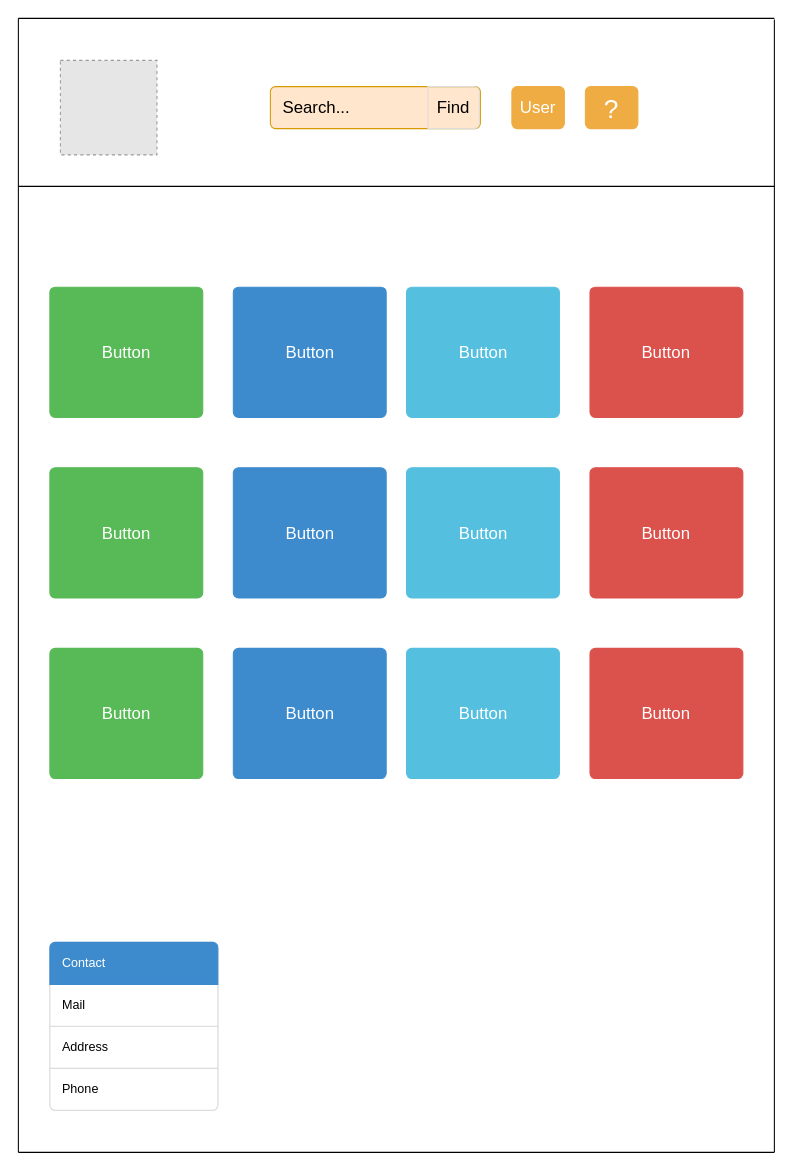
The draw.io diagram DOC/Maquette.drawio in CPNV-INFO/ICT-306-TheFuture, before the edit. Source tidied: cells renumbered, new cells numbered last; positions are measured from the earlier drawing's top-left corner, leaving out a move shared by most shapes. Both pictures are drawn from the tidied source at 105%, with x=0, y=0 at pixel (18, 18). Pictures stored in the file or linked from it are replaced by grey dashed boxes.
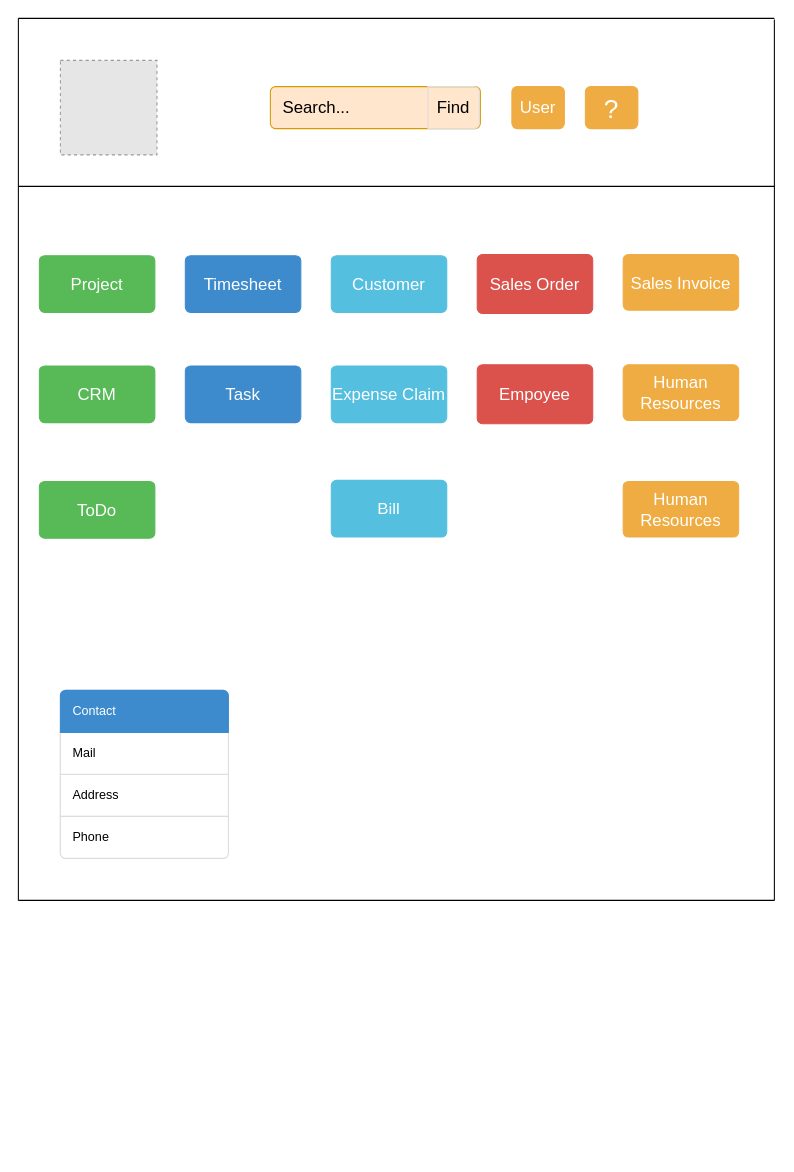
The same diagram, later.

What changed in the source:
```diff
@@
     <mxCell id="2" style="endArrow=none;html=1;" parent="1" edge="1">
       <mxGeometry relative="1" as="geometry">
-        <mxPoint x="720" y="1080" as="sourcePoint" />
+        <mxPoint x="720" y="840" as="sourcePoint" />
         <mxPoint x="720" y="1" as="targetPoint" />
       </mxGeometry>
     </mxCell>
     <mxCell id="3" style="endArrow=none;html=1;" parent="1" edge="1">
       <mxGeometry relative="1" as="geometry">
-        <mxPoint x="720" y="1080" as="sourcePoint" />
-        <mxPoint y="1080" as="targetPoint" />
+        <mxPoint x="720" y="840" as="sourcePoint" />
+        <mxPoint y="840" as="targetPoint" />
       </mxGeometry>
     </mxCell>
@@
     <mxCell id="5" style="endArrow=none;html=1;" parent="1" edge="1">
       <mxGeometry relative="1" as="geometry">
-        <mxPoint y="1080" as="sourcePoint" />
+        <mxPoint y="840" as="sourcePoint" />
         <mxPoint as="targetPoint" />
       </mxGeometry>
     </mxCell>
@@
-    <mxCell id="12" style="group;" parent="1" vertex="1">
-      <mxGeometry x="30" y="256" width="660" height="124" as="geometry" />
-    </mxCell>
-    <mxCell id="13" value="Button" style="html=1;shadow=0;dashed=0;shape=mxgraph.bootstrap.rrect;rSize=5;fillColor=#58B957;align=center;strokeColor=#58B957;fontColor=#ffffff;fontSize=16;whiteSpace=wrap;" parent="12" vertex="1">
-      <mxGeometry width="145.6" height="124" as="geometry" />
-    </mxCell>
-    <mxCell id="14" value="Button" style="html=1;shadow=0;dashed=0;shape=mxgraph.bootstrap.rrect;rSize=5;fillColor=#DB524C;align=center;strokeColor=#DB524C;fontColor=#ffffff;fontSize=16;whiteSpace=wrap;" parent="12" vertex="1">
-      <mxGeometry x="514.4" width="145.6" height="124" as="geometry" />
-    </mxCell>
-    <mxCell id="15" value="Button" style="html=1;shadow=0;dashed=0;shape=mxgraph.bootstrap.rrect;rSize=5;fillColor=#55BFE0;align=center;strokeColor=#55BFE0;fontColor=#ffffff;fontSize=16;whiteSpace=wrap;" parent="12" vertex="1">
-      <mxGeometry x="339.7" width="145.6" height="124" as="geometry" />
-    </mxCell>
-    <mxCell id="16" value="Button" style="html=1;shadow=0;dashed=0;shape=mxgraph.bootstrap.rrect;rSize=5;fillColor=#3D8BCD;align=center;strokeColor=#3D8BCD;fontColor=#ffffff;fontSize=16;whiteSpace=wrap;" parent="12" vertex="1">
-      <mxGeometry x="174.7" width="145.6" height="124" as="geometry" />
-    </mxCell>
-    <mxCell id="17" style="group;" parent="1" vertex="1">
-      <mxGeometry x="30" y="600" width="660" height="124" as="geometry" />
-    </mxCell>
-    <mxCell id="18" value="Button" style="html=1;shadow=0;dashed=0;shape=mxgraph.bootstrap.rrect;rSize=5;fillColor=#58B957;align=center;strokeColor=#58B957;fontColor=#ffffff;fontSize=16;whiteSpace=wrap;" parent="17" vertex="1">
-      <mxGeometry width="145.6" height="124" as="geometry" />
-    </mxCell>
-    <mxCell id="19" value="Button" style="html=1;shadow=0;dashed=0;shape=mxgraph.bootstrap.rrect;rSize=5;fillColor=#DB524C;align=center;strokeColor=#DB524C;fontColor=#ffffff;fontSize=16;whiteSpace=wrap;" parent="17" vertex="1">
-      <mxGeometry x="514.4" width="145.6" height="124" as="geometry" />
-    </mxCell>
-    <mxCell id="20" value="Button" style="html=1;shadow=0;dashed=0;shape=mxgraph.bootstrap.rrect;rSize=5;fillColor=#55BFE0;align=center;strokeColor=#55BFE0;fontColor=#ffffff;fontSize=16;whiteSpace=wrap;" parent="17" vertex="1">
-      <mxGeometry x="339.7" width="145.6" height="124" as="geometry" />
-    </mxCell>
-    <mxCell id="21" value="Button" style="html=1;shadow=0;dashed=0;shape=mxgraph.bootstrap.rrect;rSize=5;fillColor=#3D8BCD;align=center;strokeColor=#3D8BCD;fontColor=#ffffff;fontSize=16;whiteSpace=wrap;" parent="17" vertex="1">
-      <mxGeometry x="174.7" width="145.6" height="124" as="geometry" />
-    </mxCell>
-    <mxCell id="22" style="group;" parent="1" vertex="1">
-      <mxGeometry x="30" y="428" width="660" height="124" as="geometry" />
-    </mxCell>
-    <mxCell id="23" value="Button" style="html=1;shadow=0;dashed=0;shape=mxgraph.bootstrap.rrect;rSize=5;fillColor=#58B957;align=center;strokeColor=#58B957;fontColor=#ffffff;fontSize=16;whiteSpace=wrap;" parent="22" vertex="1">
-      <mxGeometry width="145.6" height="124" as="geometry" />
-    </mxCell>
-    <mxCell id="24" value="Button" style="html=1;shadow=0;dashed=0;shape=mxgraph.bootstrap.rrect;rSize=5;fillColor=#DB524C;align=center;strokeColor=#DB524C;fontColor=#ffffff;fontSize=16;whiteSpace=wrap;" parent="22" vertex="1">
-      <mxGeometry x="514.4" width="145.6" height="124" as="geometry" />
-    </mxCell>
-    <mxCell id="25" value="Button" style="html=1;shadow=0;dashed=0;shape=mxgraph.bootstrap.rrect;rSize=5;fillColor=#55BFE0;align=center;strokeColor=#55BFE0;fontColor=#ffffff;fontSize=16;whiteSpace=wrap;" parent="22" vertex="1">
-      <mxGeometry x="339.7" width="145.6" height="124" as="geometry" />
-    </mxCell>
-    <mxCell id="26" value="Button" style="html=1;shadow=0;dashed=0;shape=mxgraph.bootstrap.rrect;rSize=5;fillColor=#3D8BCD;align=center;strokeColor=#3D8BCD;fontColor=#ffffff;fontSize=16;whiteSpace=wrap;" parent="22" vertex="1">
-      <mxGeometry x="174.7" width="145.6" height="124" as="geometry" />
-    </mxCell>
     <mxCell id="27" style="html=1;shadow=0;dashed=0;shape=mxgraph.bootstrap.rrect;rSize=5;strokeColor=#dddddd;html=1;whiteSpace=wrap;fillColor=#ffffff;" parent="1" vertex="1">
-      <mxGeometry x="30" y="880" width="160" height="160" as="geometry" />
+      <mxGeometry x="40" y="640" width="160" height="160" as="geometry" />
     </mxCell>
@@
+    <mxCell id="32" value="ToDo" style="html=1;shadow=0;dashed=0;shape=mxgraph.bootstrap.rrect;rSize=5;fillColor=#58B957;align=center;strokeColor=#58B957;fontColor=#ffffff;fontSize=16;whiteSpace=wrap;" parent="1" vertex="1">
+      <mxGeometry x="20" y="441" width="110" height="54" as="geometry" />
+    </mxCell>
+    <mxCell id="33" value="Bill" style="html=1;shadow=0;dashed=0;shape=mxgraph.bootstrap.rrect;rSize=5;fillColor=#55BFE0;align=center;strokeColor=#55BFE0;fontColor=#ffffff;fontSize=16;whiteSpace=wrap;" parent="1" vertex="1">
+      <mxGeometry x="298" y="440" width="110" height="54" as="geometry" />
+    </mxCell>
+    <mxCell id="34" style="group;" parent="1" vertex="1">
+      <mxGeometry x="20" y="205" width="666" height="110" as="geometry" />
+    </mxCell>
+    <mxCell id="35" style="group;" parent="34" vertex="1">
+      <mxGeometry y="20" width="666" height="56" as="geometry" />
+    </mxCell>
+    <mxCell id="13" value="Project" style="html=1;shadow=0;dashed=0;shape=mxgraph.bootstrap.rrect;rSize=5;fillColor=#58B957;align=center;strokeColor=#58B957;fontColor=#ffffff;fontSize=16;whiteSpace=wrap;" parent="35" vertex="1">
+      <mxGeometry y="1" width="110" height="54" as="geometry" />
+    </mxCell>
+    <mxCell id="14" value="Sales Order" style="html=1;shadow=0;dashed=0;shape=mxgraph.bootstrap.rrect;rSize=5;fillColor=#DB524C;align=center;strokeColor=#DB524C;fontColor=#ffffff;fontSize=16;whiteSpace=wrap;" parent="35" vertex="1">
+      <mxGeometry x="417" width="110" height="56" as="geometry" />
+    </mxCell>
+    <mxCell id="15" value="Customer" style="html=1;shadow=0;dashed=0;shape=mxgraph.bootstrap.rrect;rSize=5;fillColor=#55BFE0;align=center;strokeColor=#55BFE0;fontColor=#ffffff;fontSize=16;whiteSpace=wrap;" parent="35" vertex="1">
+      <mxGeometry x="278" y="1" width="110" height="54" as="geometry" />
+    </mxCell>
+    <mxCell id="16" value="Timesheet" style="html=1;shadow=0;dashed=0;shape=mxgraph.bootstrap.rrect;rSize=5;fillColor=#3D8BCD;align=center;strokeColor=#3D8BCD;fontColor=#ffffff;fontSize=16;whiteSpace=wrap;" parent="35" vertex="1">
+      <mxGeometry x="139" y="1" width="110" height="54" as="geometry" />
+    </mxCell>
+    <mxCell id="36" value="Sales Invoice" style="html=1;shadow=0;dashed=0;shape=mxgraph.bootstrap.rrect;rSize=5;fillColor=#EFAC43;align=center;strokeColor=#EFAC43;fontColor=#ffffff;fontSize=16;whiteSpace=wrap;" parent="35" vertex="1">
+      <mxGeometry x="556" width="110" height="53" as="geometry" />
+    </mxCell>
+    <mxCell id="37" style="group;" parent="1" vertex="1">
+      <mxGeometry x="20" y="330" width="666" height="56" as="geometry" />
+    </mxCell>
+    <mxCell id="38" value="CRM" style="html=1;shadow=0;dashed=0;shape=mxgraph.bootstrap.rrect;rSize=5;fillColor=#58B957;align=center;strokeColor=#58B957;fontColor=#ffffff;fontSize=16;whiteSpace=wrap;" parent="37" vertex="1">
+      <mxGeometry y="1" width="110" height="54" as="geometry" />
+    </mxCell>
+    <mxCell id="39" value="Empoyee" style="html=1;shadow=0;dashed=0;shape=mxgraph.bootstrap.rrect;rSize=5;fillColor=#DB524C;align=center;strokeColor=#DB524C;fontColor=#ffffff;fontSize=16;whiteSpace=wrap;" parent="37" vertex="1">
+      <mxGeometry x="417" width="110" height="56" as="geometry" />
+    </mxCell>
+    <mxCell id="40" value="Expense Claim" style="html=1;shadow=0;dashed=0;shape=mxgraph.bootstrap.rrect;rSize=5;fillColor=#55BFE0;align=center;strokeColor=#55BFE0;fontColor=#ffffff;fontSize=16;whiteSpace=wrap;" parent="37" vertex="1">
+      <mxGeometry x="278" y="1" width="110" height="54" as="geometry" />
+    </mxCell>
+    <mxCell id="41" value="Task" style="html=1;shadow=0;dashed=0;shape=mxgraph.bootstrap.rrect;rSize=5;fillColor=#3D8BCD;align=center;strokeColor=#3D8BCD;fontColor=#ffffff;fontSize=16;whiteSpace=wrap;" parent="37" vertex="1">
+      <mxGeometry x="139" y="1" width="110" height="54" as="geometry" />
+    </mxCell>
+    <mxCell id="42" value="Human Resources" style="html=1;shadow=0;dashed=0;shape=mxgraph.bootstrap.rrect;rSize=5;fillColor=#EFAC43;align=center;strokeColor=#EFAC43;fontColor=#ffffff;fontSize=16;whiteSpace=wrap;" parent="37" vertex="1">
+      <mxGeometry x="556" width="110" height="53" as="geometry" />
+    </mxCell>
+    <mxCell id="43" value="Human Resources" style="html=1;shadow=0;dashed=0;shape=mxgraph.bootstrap.rrect;rSize=5;fillColor=#EFAC43;align=center;strokeColor=#EFAC43;fontColor=#ffffff;fontSize=16;whiteSpace=wrap;" parent="1" vertex="1">
+      <mxGeometry x="576" y="441" width="110" height="53" as="geometry" />
+    </mxCell>
```
